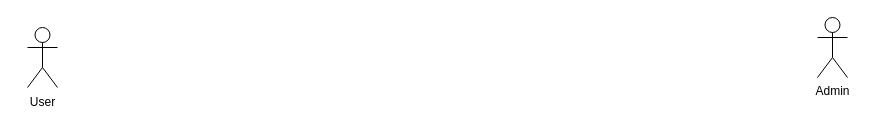
Earlier version of the draw.io diagram Diagram.drawio (letham1612/test.ithub). Source tidied: cells renumbered, new cells numbered last; positions are measured from the earlier drawing's top-left corner, leaving out a move shared by most shapes. Both pictures are drawn from the tidied source at 100%, with x=0, y=0 at pixel (17, 17).
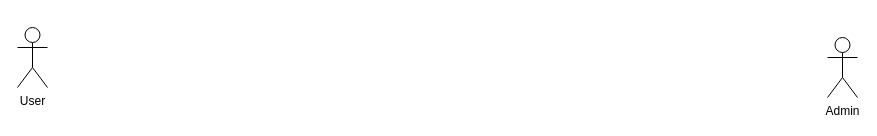
Above is the later version.

Commit message (it also covers changes not shown here):
Cập nhật Diagram.drawio

The edit, as a diff of the source:
```diff
@@
 <mxGraphModel>
   <root>
     <mxCell id="0" />
     <mxCell id="1" parent="0" />
-    <mxCell id="2" style="shape=umlActor;verticalLabelPosition=bottom;verticalAlign=top;html=1;" parent="1" vertex="1">
-      <mxGeometry x="10" y="10" width="30" height="60" as="geometry" />
-    </mxCell>
     <mxCell id="3" value="Admin&lt;br&gt;" style="shape=umlActor;verticalLabelPosition=bottom;verticalAlign=top;html=1;" parent="1" vertex="1">
-      <mxGeometry x="800" width="30" height="60" as="geometry" />
+      <mxGeometry x="810" y="20" width="30" height="60" as="geometry" />
     </mxCell>
-    <mxCell id="4" value="User&lt;br&gt;" style="text;html=1;align=center;verticalAlign=middle;strokeColor=none;fillColor=none;" parent="1" vertex="1">
-      <mxGeometry y="70" width="50" height="30" as="geometry" />
+    <mxCell id="4" value="User&lt;br&gt;" style="shape=umlActor;verticalLabelPosition=bottom;verticalAlign=top;html=1;" parent="1" vertex="1">
+      <mxGeometry y="10" width="30" height="60" as="geometry" />
     </mxCell>
   </root>
 </mxGraphModel>
```
